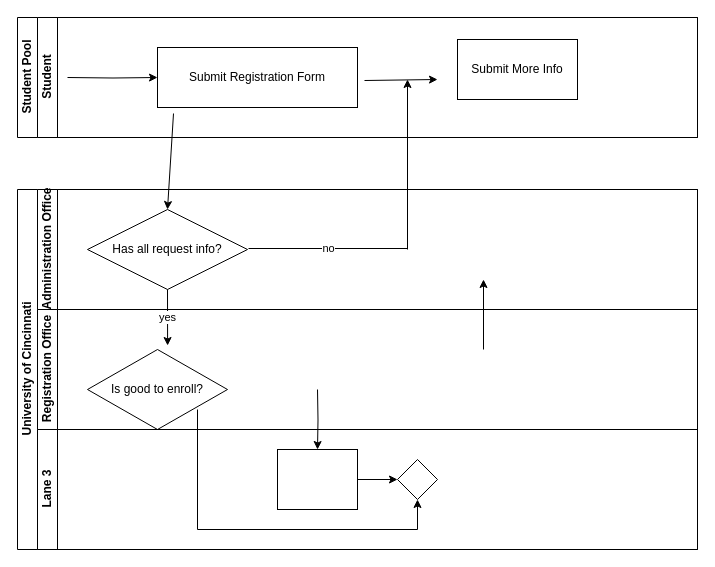
This is Untitled Diagram.drawio from yanling/mycleaninglist, a draw.io file, before an edit. Source tidied: cells renumbered, new cells numbered last; positions are measured from the earlier drawing's top-left corner, leaving out a move shared by most shapes. Both pictures are drawn from the tidied source at 100%, with x=0, y=0 at pixel (17, 17).
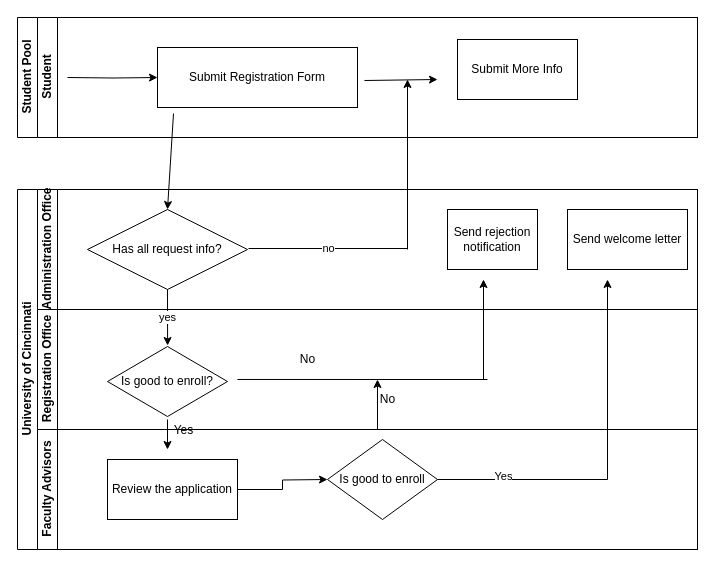
Above is the later version.

Unchanged cells that the change refers to:
```xml
<mxCell id="2" value="University of Cincinnati" style="swimlane;html=1;horizontal=0;startSize=20;" parent="1" vertex="1">
  <mxGeometry y="172" width="680" height="360" as="geometry" />
</mxCell>
<mxCell id="6" value="Administration Office" style="swimlane;html=1;startSize=20;horizontal=0;" parent="2" vertex="1">
  <mxGeometry x="20" width="660" height="120" as="geometry" />
</mxCell>
<mxCell id="7" value="Has all request info?" style="rhombus;whiteSpace=wrap;html=1;" parent="6" vertex="1">
  <mxGeometry x="50" y="20" width="160" height="80" as="geometry" />
</mxCell>
<mxCell id="10" value="Registration Office" style="swimlane;html=1;startSize=20;horizontal=0;" parent="2" vertex="1">
  <mxGeometry x="20" y="120" width="660" height="120" as="geometry" />
</mxCell>
```

Change to the diagram source:
```diff
@@
     <mxCell id="3" style="edgeStyle=orthogonalEdgeStyle;rounded=0;orthogonalLoop=1;jettySize=auto;html=1;endArrow=classic;endFill=1;" parent="2" edge="1">
       <mxGeometry relative="1" as="geometry">
-        <mxPoint x="466" y="160" as="sourcePoint" />
+        <mxPoint x="466" y="190" as="sourcePoint" />
         <mxPoint x="466" y="90" as="targetPoint" />
       </mxGeometry>
     </mxCell>
-    <mxCell id="4" style="edgeStyle=orthogonalEdgeStyle;rounded=0;jettySize=auto;html=1;endArrow=classic;endFill=1;" parent="2" edge="1" target="14">
+    <mxCell id="4" style="edgeStyle=orthogonalEdgeStyle;rounded=0;orthogonalLoop=1;jettySize=auto;html=1;endArrow=classic;endFill=1;" parent="2" edge="1">
       <mxGeometry relative="1" as="geometry">
-        <mxPoint x="300" y="200" as="sourcePoint" />
+        <mxPoint x="150" y="230" as="sourcePoint" />
+        <mxPoint x="150" y="260" as="targetPoint" />
       </mxGeometry>
     </mxCell>
-    <mxCell id="5" style="edgeStyle=orthogonalEdgeStyle;rounded=0;jettySize=auto;html=1;endArrow=classic;endFill=1;" parent="2" edge="1" target="15">
-      <mxGeometry relative="1" as="geometry">
-        <mxPoint x="180" y="220" as="sourcePoint" />
-        <Array as="points">
-          <mxPoint x="180" y="340" />
-          <mxPoint x="400" y="340" />
-        </Array>
-      </mxGeometry>
-    </mxCell>
@@
+    <mxCell id="24" value="Send rejection notification" style="rounded=0;whiteSpace=wrap;html=1;" parent="6" vertex="1">
+      <mxGeometry x="410" y="20" width="90" height="60" as="geometry" />
+    </mxCell>
+    <mxCell id="25" value="Send welcome letter" style="rounded=0;whiteSpace=wrap;html=1;" parent="6" vertex="1">
+      <mxGeometry x="530" y="20" width="120" height="60" as="geometry" />
+    </mxCell>
@@
     <mxCell id="11" value="Is good to enroll?" style="rhombus;whiteSpace=wrap;html=1;" parent="10" vertex="1">
-      <mxGeometry x="50" y="40" width="140" height="80" as="geometry" />
+      <mxGeometry x="70" y="37" width="120" height="70" as="geometry" />
     </mxCell>
+    <mxCell id="26" style="edgeStyle=orthogonalEdgeStyle;rounded=0;orthogonalLoop=1;jettySize=auto;html=1;exitX=0.5;exitY=1;exitDx=0;exitDy=0;" parent="10" edge="1" source="11" target="11">
+      <mxGeometry relative="1" as="geometry" />
+    </mxCell>
+    <mxCell id="27" style="endArrow=none;html=1;rounded=0;exitX=1.083;exitY=0.471;exitDx=0;exitDy=0;exitPerimeter=0;" parent="10" edge="1" source="11">
+      <mxGeometry relative="1" as="geometry">
+        <mxPoint x="450" y="70" as="targetPoint" />
+      </mxGeometry>
+    </mxCell>
+    <mxCell id="28" style="endArrow=classic;html=1;rounded=0;" parent="10" edge="1">
+      <mxGeometry relative="1" as="geometry">
+        <mxPoint x="340" y="120" as="sourcePoint" />
+        <mxPoint x="340" y="70" as="targetPoint" />
+      </mxGeometry>
+    </mxCell>
+    <mxCell id="16" value="yes" style="endArrow=classic;html=1;rounded=0;exitX=0.5;exitY=1;exitDx=0;exitDy=0;entryX=0.563;entryY=-0.067;entryDx=0;entryDy=0;entryPerimeter=0;" parent="2" edge="1" source="7">
+      <mxGeometry relative="1" as="geometry">
+        <mxPoint x="150.1" y="156" as="targetPoint" />
+      </mxGeometry>
+    </mxCell>
-    <mxCell id="12" value="Lane 3" style="swimlane;html=1;startSize=20;horizontal=0;" parent="2" vertex="1">
+    <mxCell id="12" value="Faculty Advisors" style="swimlane;html=1;startSize=20;horizontal=0;" parent="2" vertex="1">
       <mxGeometry x="20" y="240" width="660" height="120" as="geometry" />
     </mxCell>
-    <mxCell id="13" style="edgeStyle=orthogonalEdgeStyle;rounded=0;jettySize=auto;html=1;endArrow=classic;endFill=1;" parent="12" edge="1" source="14" target="15">
-      <mxGeometry relative="1" as="geometry" />
+    <mxCell id="13" style="edgeStyle=orthogonalEdgeStyle;rounded=0;jettySize=auto;html=1;endArrow=classic;endFill=1;" parent="12" edge="1" source="14">
+      <mxGeometry relative="1" as="geometry">
+        <mxPoint x="290" y="50" as="targetPoint" />
+      </mxGeometry>
     </mxCell>
-    <mxCell id="14" style="rounded=0;whiteSpace=wrap;html=1;fontFamily=Helvetica;fontSize=12;fontColor=#000000;align=center;" parent="12" vertex="1">
-      <mxGeometry x="240" y="20" width="80" height="60" as="geometry" />
+    <mxCell id="14" value="Review the application" style="rounded=0;whiteSpace=wrap;html=1;fontFamily=Helvetica;fontSize=12;fontColor=#000000;align=center;" parent="12" vertex="1">
+      <mxGeometry x="70" y="30" width="130" height="60" as="geometry" />
     </mxCell>
-    <mxCell id="15" style="rhombus;whiteSpace=wrap;html=1;fontFamily=Helvetica;fontSize=12;fontColor=#000000;align=center;" parent="12" vertex="1">
-      <mxGeometry x="360" y="30" width="40" height="40" as="geometry" />
-    </mxCell>
-    <mxCell id="16" value="yes" style="endArrow=classic;html=1;rounded=0;exitX=0.5;exitY=1;exitDx=0;exitDy=0;entryX=0.563;entryY=-0.067;entryDx=0;entryDy=0;entryPerimeter=0;" parent="2" edge="1" source="7">
-      <mxGeometry relative="1" as="geometry">
-        <mxPoint x="150.1" y="156" as="targetPoint" />
-      </mxGeometry>
-    </mxCell>
+    <mxCell id="29" value="Is good to enroll" style="rhombus;whiteSpace=wrap;html=1;" parent="12" vertex="1">
+      <mxGeometry x="290" y="10" width="110" height="80" as="geometry" />
+    </mxCell>
+    <mxCell id="30" style="endArrow=none;html=1;rounded=0;exitX=1;exitY=0.5;exitDx=0;exitDy=0;" parent="12" edge="1" source="29">
+      <mxGeometry relative="1" as="geometry">
+        <mxPoint x="570" y="50" as="targetPoint" />
+      </mxGeometry>
+    </mxCell>
+    <mxCell id="31" value="Yes" style="edgeLabel;html=1;align=center;verticalAlign=middle;" parent="30" vertex="1">
+      <mxGeometry x="-0.24" y="4" relative="1" as="geometry" />
+    </mxCell>
+    <mxCell id="32" style="endArrow=classic;html=1;rounded=0;" parent="12" edge="1">
+      <mxGeometry relative="1" as="geometry">
+        <mxPoint x="570" y="50" as="sourcePoint" />
+        <mxPoint x="570" y="-150" as="targetPoint" />
+      </mxGeometry>
+    </mxCell>
@@
+    <mxCell id="33" value="No" style="text;html=1;align=center;verticalAlign=middle;strokeColor=none;fillColor=none;" parent="1" vertex="1">
+      <mxGeometry x="275" y="332" width="30" height="20" as="geometry" />
+    </mxCell>
+    <mxCell id="34" value="Yes" style="text;html=1;align=center;verticalAlign=middle;strokeColor=none;fillColor=none;" parent="1" vertex="1">
+      <mxGeometry x="146" y="403" width="40" height="20" as="geometry" />
+    </mxCell>
+    <mxCell id="35" value="No" style="text;html=1;align=center;verticalAlign=middle;strokeColor=none;fillColor=none;" parent="1" vertex="1">
+      <mxGeometry x="355" y="372" width="30" height="20" as="geometry" />
+    </mxCell>
```
